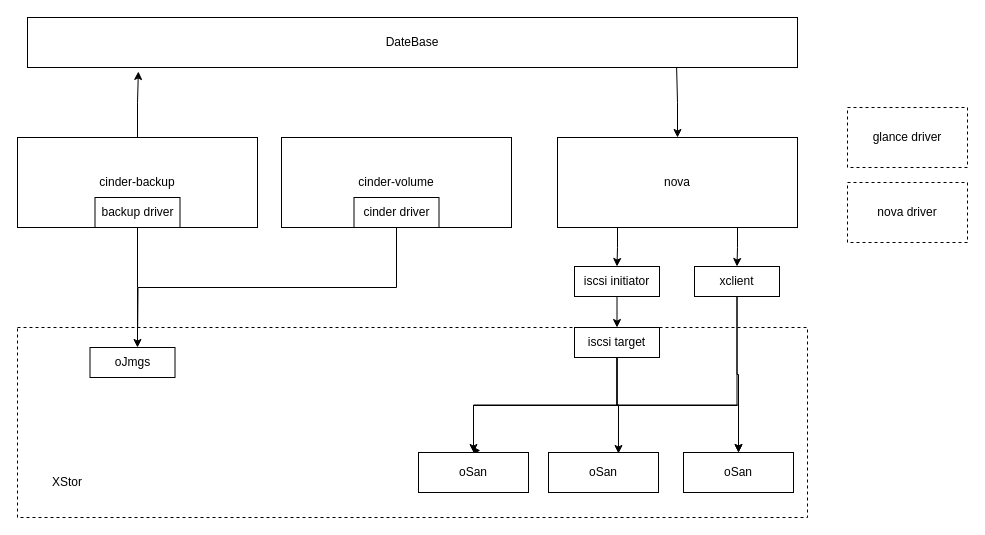
Above: cinderdriver.drawio in zhuxibrian/drawio (draw.io), before the change. Source tidied: cells renumbered, new cells numbered last; positions are measured from the earlier drawing's top-left corner, leaving out a move shared by most shapes. Both pictures are drawn from the tidied source at 100%, with x=0, y=0 at pixel (17, 17).
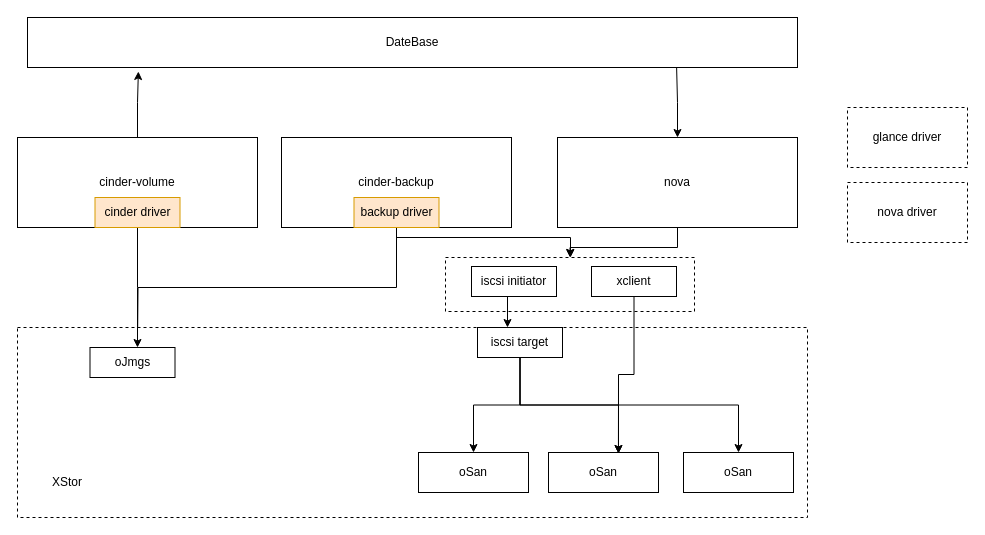
Above is the later version.

The change refers to these unchanged cells:
```xml
<mxCell id="16" value="nova" style="rounded=0;whiteSpace=wrap;html=1;" parent="1" vertex="1">
  <mxGeometry x="540" y="120" width="240" height="90" as="geometry" />
</mxCell>
<mxCell id="27" value="oSan" style="rounded=0;whiteSpace=wrap;html=1;" parent="1" vertex="1">
  <mxGeometry x="666" y="435" width="110" height="40" as="geometry" />
</mxCell>
<mxCell id="28" value="oSan" style="rounded=0;whiteSpace=wrap;html=1;" parent="1" vertex="1">
  <mxGeometry x="531" y="435" width="110" height="40" as="geometry" />
</mxCell>
```

Change to the diagram source:
```diff
@@
+    <mxCell id="33" style="rounded=0;whiteSpace=wrap;html=1;dashed=1;" parent="1" vertex="1">
+      <mxGeometry x="428" y="240" width="249" height="54" as="geometry" />
+    </mxCell>
@@
-    <mxCell id="3" value="cinder-volume" style="rounded=0;whiteSpace=wrap;html=1;" parent="1" vertex="1">
+    <mxCell id="3" value="cinder-backup" style="rounded=0;whiteSpace=wrap;html=1;" parent="1" vertex="1">
       <mxGeometry x="264" y="120" width="230" height="90" as="geometry" />
     </mxCell>
@@
+    <mxCell id="34" style="edgeStyle=orthogonalEdgeStyle;rounded=0;jettySize=auto;html=1;exitX=0.5;exitY=1;exitDx=0;exitDy=0;startArrow=none;startFill=0;endArrow=classic;endFill=1;" parent="1" edge="1" source="5" target="33">
+      <mxGeometry relative="1" as="geometry">
+        <Array as="points">
+          <mxPoint x="379" y="220" />
+          <mxPoint x="553" y="220" />
+        </Array>
+      </mxGeometry>
+    </mxCell>
-    <mxCell id="5" value="cinder driver" style="whiteSpace=wrap;html=1;rounded=0;" parent="1" vertex="1">
+    <mxCell id="5" value="backup driver" style="whiteSpace=wrap;html=1;rounded=0;fillColor=#ffe6cc;strokeColor=#d79b00;" parent="1" vertex="1">
       <mxGeometry x="336.5" y="180" width="85" height="30" as="geometry" />
     </mxCell>
@@
-    <mxCell id="9" value="cinder-backup" style="rounded=0;whiteSpace=wrap;html=1;" parent="1" vertex="1">
+    <mxCell id="9" value="cinder-volume" style="rounded=0;whiteSpace=wrap;html=1;" parent="1" vertex="1">
       <mxGeometry y="120" width="240" height="90" as="geometry" />
     </mxCell>
@@
-    <mxCell id="11" value="backup driver" style="whiteSpace=wrap;html=1;rounded=0;" parent="1" vertex="1">
+    <mxCell id="11" value="cinder driver" style="whiteSpace=wrap;html=1;rounded=0;fillColor=#ffe6cc;strokeColor=#d79b00;" parent="1" vertex="1">
       <mxGeometry x="77.5" y="180" width="85" height="30" as="geometry" />
     </mxCell>
@@
-    <mxCell id="14" style="edgeStyle=orthogonalEdgeStyle;rounded=0;jettySize=auto;html=1;exitX=0.25;exitY=1;exitDx=0;exitDy=0;startArrow=none;startFill=0;endArrow=classic;endFill=1;" parent="1" edge="1" source="16" target="18">
-      <mxGeometry relative="1" as="geometry" />
-    </mxCell>
-    <mxCell id="15" style="edgeStyle=orthogonalEdgeStyle;rounded=0;jettySize=auto;html=1;exitX=0.75;exitY=1;exitDx=0;exitDy=0;startArrow=none;startFill=0;endArrow=classic;endFill=1;" parent="1" edge="1" source="16" target="26">
-      <mxGeometry relative="1" as="geometry" />
-    </mxCell>
+    <mxCell id="35" style="edgeStyle=orthogonalEdgeStyle;rounded=0;jettySize=auto;html=1;exitX=0.5;exitY=1;exitDx=0;exitDy=0;startArrow=none;startFill=0;endArrow=classic;endFill=1;" parent="1" edge="1" source="16" target="33">
+      <mxGeometry relative="1" as="geometry" />
+    </mxCell>
@@
-    <mxCell id="17" style="edgeStyle=orthogonalEdgeStyle;rounded=0;jettySize=auto;html=1;exitX=0.5;exitY=1;exitDx=0;exitDy=0;entryX=0.5;entryY=0;entryDx=0;entryDy=0;startArrow=none;startFill=0;endArrow=classic;endFill=1;" parent="1" edge="1" source="18" target="23">
+    <mxCell id="17" style="edgeStyle=orthogonalEdgeStyle;rounded=0;jettySize=auto;html=1;exitX=0.5;exitY=1;exitDx=0;exitDy=0;entryX=0.353;entryY=0;entryDx=0;entryDy=0;entryPerimeter=0;startArrow=none;startFill=0;endArrow=classic;endFill=1;" parent="1" edge="1" source="18" target="23">
       <mxGeometry relative="1" as="geometry" />
     </mxCell>
     <mxCell id="18" value="iscsi initiator" style="whiteSpace=wrap;html=1;rounded=0;" parent="1" vertex="1">
-      <mxGeometry x="557" y="249" width="85" height="30" as="geometry" />
+      <mxGeometry x="454" y="249" width="85" height="30" as="geometry" />
     </mxCell>
@@
     <mxCell id="23" value="iscsi target" style="whiteSpace=wrap;html=1;rounded=0;" parent="1" vertex="1">
-      <mxGeometry x="557" y="310" width="85" height="30" as="geometry" />
+      <mxGeometry x="460" y="310" width="85" height="30" as="geometry" />
     </mxCell>
-    <mxCell id="24" style="edgeStyle=orthogonalEdgeStyle;rounded=0;jettySize=auto;html=1;exitX=0.5;exitY=1;exitDx=0;exitDy=0;entryX=0.5;entryY=0;entryDx=0;entryDy=0;startArrow=none;startFill=0;endArrow=classic;endFill=1;" parent="1" edge="1" source="26" target="27">
-      <mxGeometry relative="1" as="geometry" />
-    </mxCell>
-    <mxCell id="25" style="edgeStyle=orthogonalEdgeStyle;rounded=0;orthogonalLoop=1;jettySize=auto;html=1;exitX=0.5;exitY=1;exitDx=0;exitDy=0;entryX=0.564;entryY=0;entryDx=0;entryDy=0;entryPerimeter=0;startArrow=none;startFill=0;endArrow=classic;endFill=1;" parent="1" edge="1">
-      <mxGeometry relative="1" as="geometry">
-        <mxPoint x="719.5" y="277" as="sourcePoint" />
-        <mxPoint x="463" y="433" as="targetPoint" />
-        <Array as="points">
-          <mxPoint x="720" y="388" />
-          <mxPoint x="456" y="388" />
-          <mxPoint x="456" y="433" />
-        </Array>
-      </mxGeometry>
-    </mxCell>
+    <mxCell id="36" style="edgeStyle=orthogonalEdgeStyle;rounded=0;jettySize=auto;html=1;exitX=0.5;exitY=1;exitDx=0;exitDy=0;entryX=0.636;entryY=0.025;entryDx=0;entryDy=0;entryPerimeter=0;startArrow=none;startFill=0;endArrow=classic;endFill=1;" parent="1" edge="1" source="26" target="28">
+      <mxGeometry relative="1" as="geometry" />
+    </mxCell>
     <mxCell id="26" value="xclient" style="whiteSpace=wrap;html=1;rounded=0;" parent="1" vertex="1">
-      <mxGeometry x="677" y="249" width="85" height="30" as="geometry" />
+      <mxGeometry x="574" y="249" width="85" height="30" as="geometry" />
     </mxCell>
```
